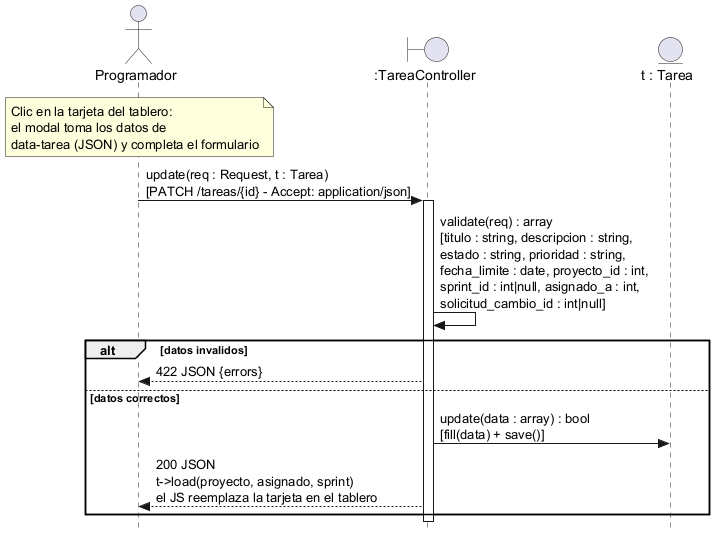
The PlantUML diagram docs/dsd/png/03_edita_tarea_tablero.png in DanielOjeda25/sistema, before a commit.
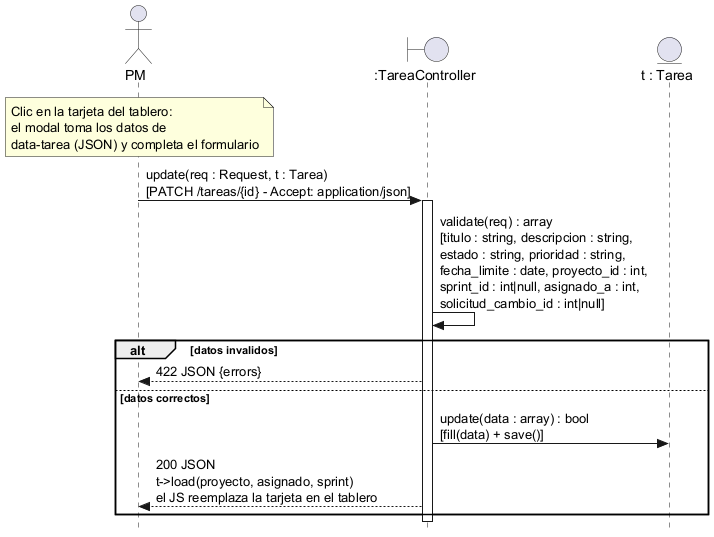
After the commit.

What changed in the source:
```diff
@@ -1,6 +1,6 @@
 @startuml
 skinparam style strictuml
-actor "Programador" as PROG
+actor "PM" as PROG
 boundary ":TareaController" as TC
 entity "t : Tarea" as T
 
```
